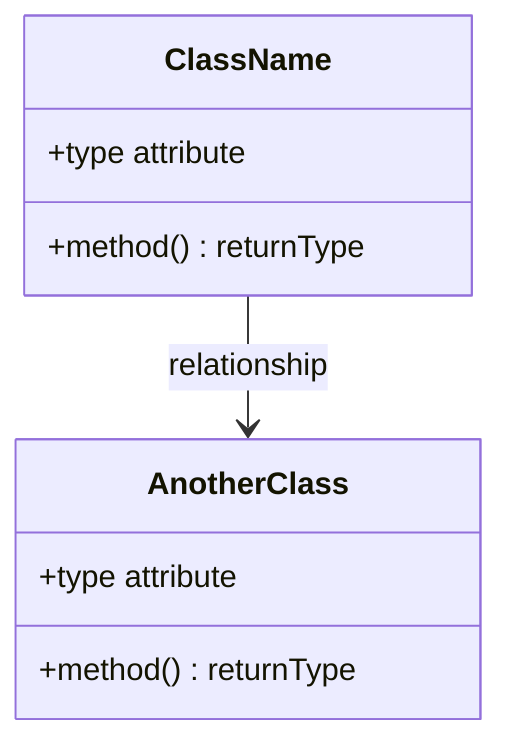
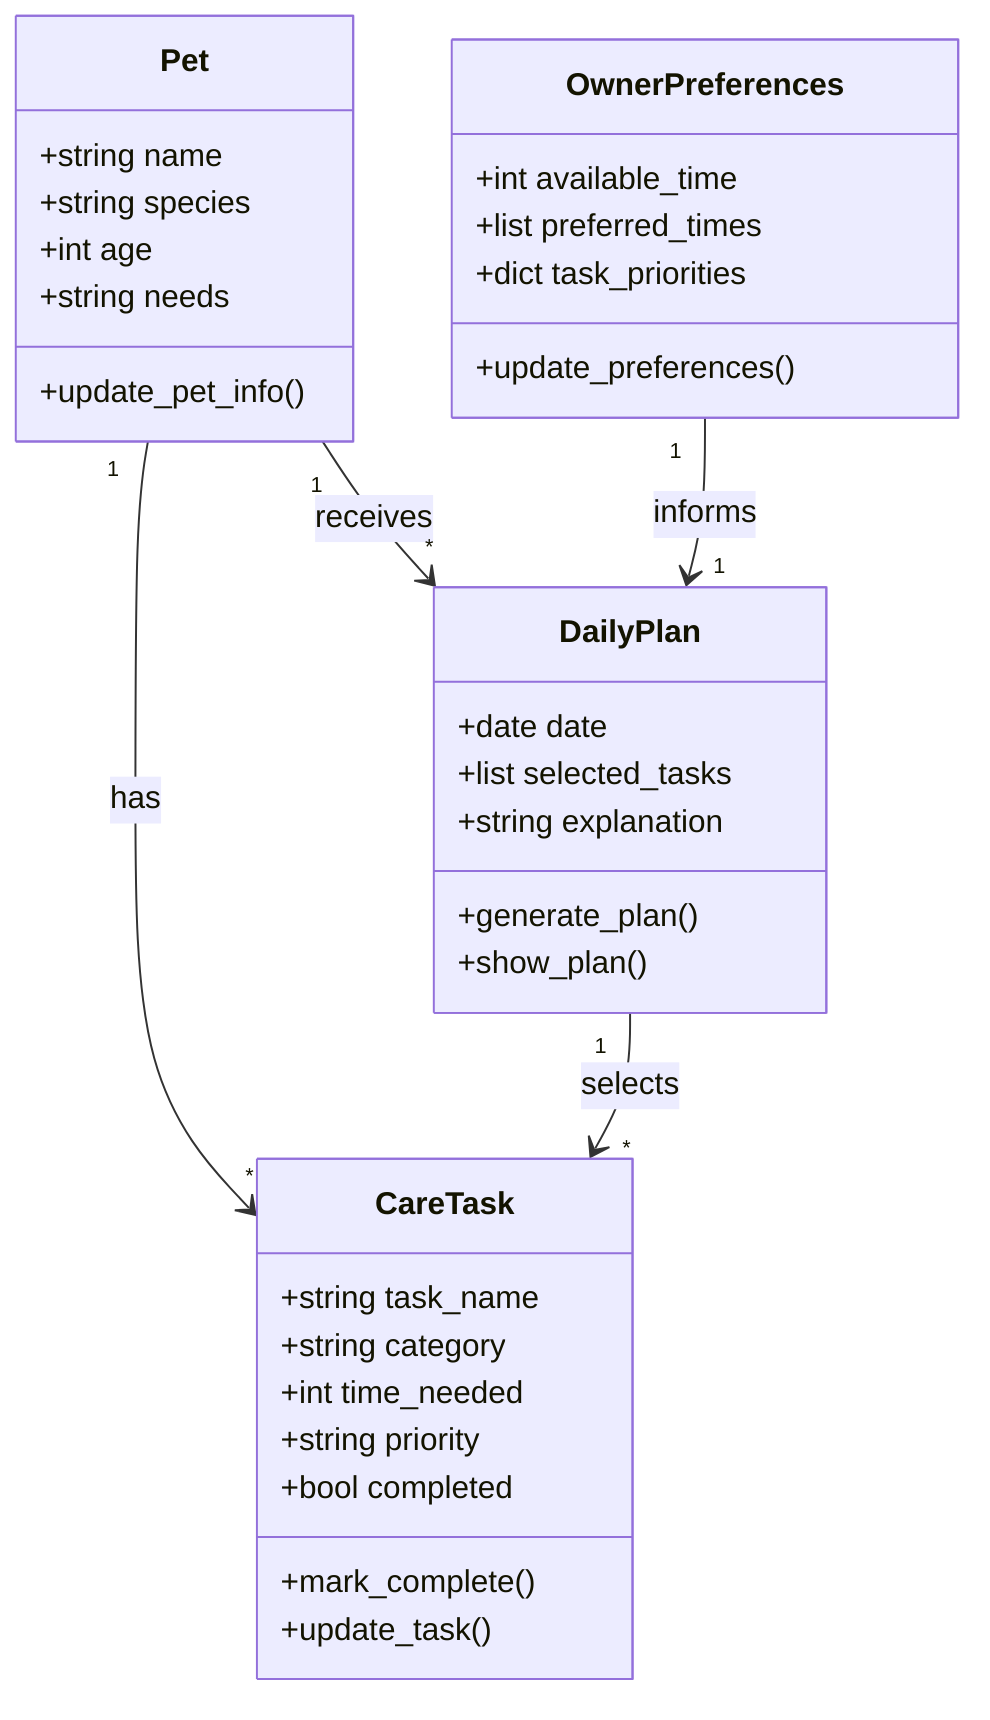
classDiagram
-     %% Replace the placeholders below with your actual classes, attributes, methods, and relationships.
-     %% Keep this file updated so it matches your final implementation.
- 
-     class ClassName {
-         +type attribute
-         +method() returnType
+     class Pet {
+         +string name
+         +string species
+         +int age
+         +string needs
+         +update_pet_info()
    }

-     class AnotherClass {
-         +type attribute
-         +method() returnType
+     class CareTask {
+         +string task_name
+         +string category
+         +int time_needed
+         +string priority
+         +bool completed
+         +mark_complete()
+         +update_task()
    }

-     ClassName --> AnotherClass : relationship
+     class OwnerPreferences {
+         +int available_time
+         +list preferred_times
+         +dict task_priorities
+         +update_preferences()
+     }
+ 
+     class DailyPlan {
+         +date date
+         +list selected_tasks
+         +string explanation
+         +generate_plan()
+         +show_plan()
+     }
+ 
+     Pet "1" --> "*" CareTask : has
+     OwnerPreferences "1" --> "1" DailyPlan : informs
+     DailyPlan "1" --> "*" CareTask : selects
+     Pet "1" --> "*" DailyPlan : receives
